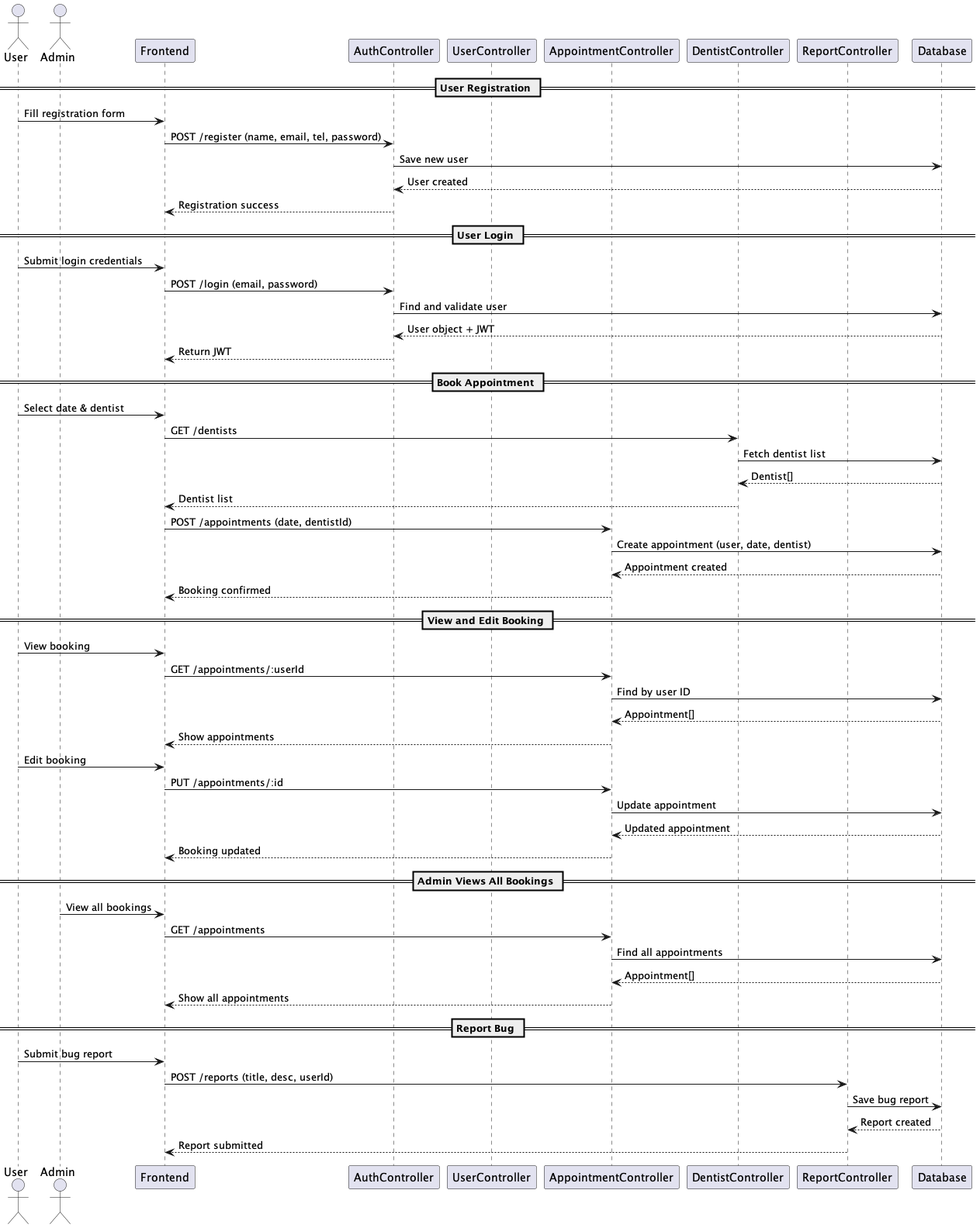
Earlier version of the PlantUML export plantuml/sequence-diagram.png (PatMSK/SWdevprac-project). The source it was exported from:
```plantuml
@startuml
actor User
actor Admin

participant "Frontend" as FE
participant "AuthController" as Auth
participant "UserController" as UserCtrl
participant "AppointmentController" as ApptCtrl
participant "DentistController" as DentistCtrl
participant "ReportController" as ReportCtrl
participant "Database" as DB

== User Registration ==
User -> FE : Fill registration form
FE -> Auth : POST /register (name, email, tel, password)
Auth -> DB : Save new user
DB --> Auth : User created
Auth --> FE : Registration success

== User Login ==
User -> FE : Submit login credentials
FE -> Auth : POST /login (email, password)
Auth -> DB : Find and validate user
DB --> Auth : User object + JWT
Auth --> FE : Return JWT

== Book Appointment ==
User -> FE : Select date & dentist
FE -> DentistCtrl : GET /dentists
DentistCtrl -> DB : Fetch dentist list
DB --> DentistCtrl : Dentist[]
DentistCtrl --> FE : Dentist list

FE -> ApptCtrl : POST /appointments (date, dentistId)
ApptCtrl -> DB : Create appointment (user, date, dentist)
DB --> ApptCtrl : Appointment created
ApptCtrl --> FE : Booking confirmed

== View and Edit Booking ==
User -> FE : View booking
FE -> ApptCtrl : GET /appointments/:userId
ApptCtrl -> DB : Find by user ID
DB --> ApptCtrl : Appointment[]
ApptCtrl --> FE : Show appointments

User -> FE : Edit booking
FE -> ApptCtrl : PUT /appointments/:id
ApptCtrl -> DB : Update appointment
DB --> ApptCtrl : Updated appointment
ApptCtrl --> FE : Booking updated

== Admin Views All Bookings ==
Admin -> FE : View all bookings
FE -> ApptCtrl : GET /appointments
ApptCtrl -> DB : Find all appointments
DB --> ApptCtrl : Appointment[]
ApptCtrl --> FE : Show all appointments

== Report Bug ==
User -> FE : Submit bug report
FE -> ReportCtrl : POST /reports (title, desc, userId)
ReportCtrl -> DB : Save bug report
DB --> ReportCtrl : Report created
ReportCtrl --> FE : Report submitted

@enduml
```
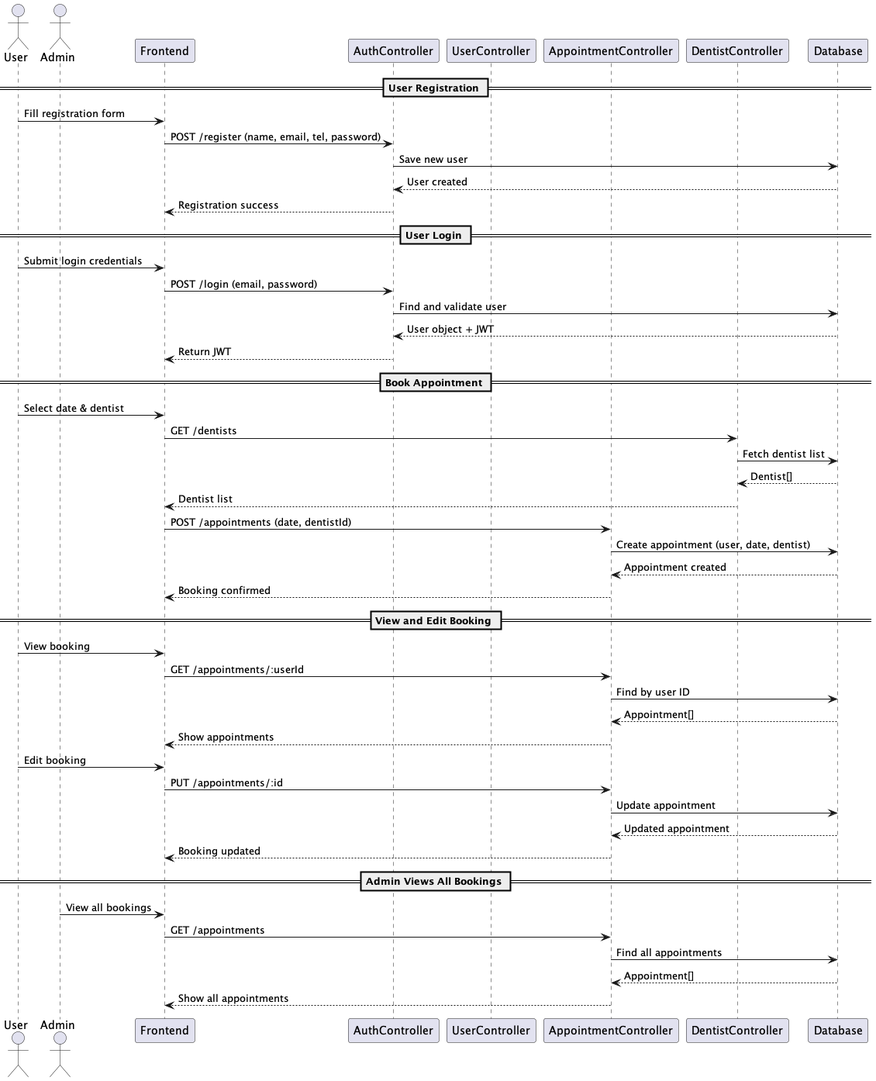
Above is the later version.

The edit, as a diff of the source:
```diff
@@ -7,7 +7,6 @@
 participant "UserController" as UserCtrl
 participant "AppointmentController" as ApptCtrl
 participant "DentistController" as DentistCtrl
-participant "ReportController" as ReportCtrl
 participant "Database" as DB
 
 == User Registration ==
@@ -55,12 +54,4 @@
 ApptCtrl -> DB : Find all appointments
 DB --> ApptCtrl : Appointment[]
 ApptCtrl --> FE : Show all appointments
-
-== Report Bug ==
-User -> FE : Submit bug report
-FE -> ReportCtrl : POST /reports (title, desc, userId)
-ReportCtrl -> DB : Save bug report
-DB --> ReportCtrl : Report created
-ReportCtrl --> FE : Report submitted
-
 @enduml
```
